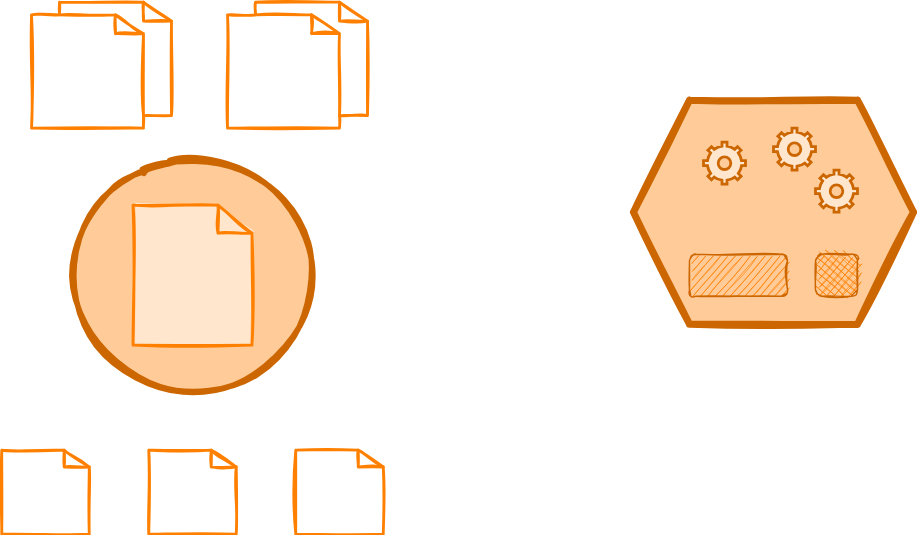
Above: docs/images/odm-platform.svg in opendatamesh-initiative/odm-specification-dpdescriptor (draw.io), before the change. Source tidied: cells renumbered, new cells last; positions are measured from the earlier drawing's top-left corner, leaving out a move shared by most shapes.
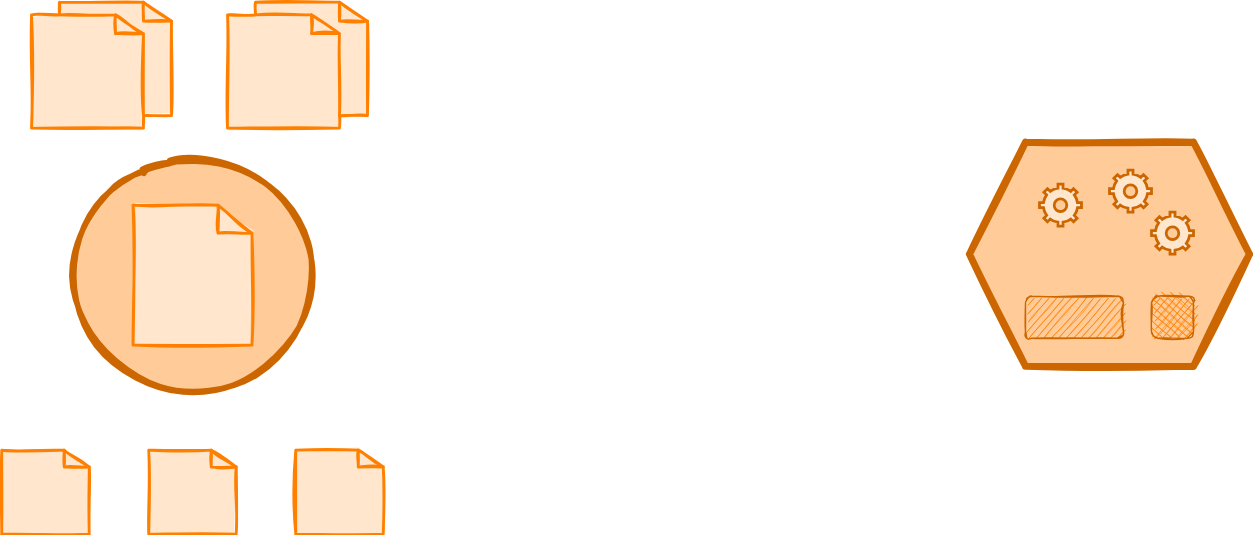
Later version of the same file.

Diff of the diagram source:
```diff
@@ -6,39 +6,39 @@
       <mxGeometry x="51" y="110" width="170" height="170" as="geometry" />
     </mxCell>
     <mxCell id="3" style="shape=hexagon;perimeter=hexagonPerimeter2;whiteSpace=wrap;html=1;fixedSize=1;size=40;strokeColor=#CC6600;strokeWidth=5;fillColor=#FFCC99;sketch=1;fillStyle=solid;" parent="1" vertex="1">
-      <mxGeometry x="451" y="70" width="200" height="160" as="geometry" />
+      <mxGeometry x="691" y="100" width="200" height="160" as="geometry" />
     </mxCell>
     <mxCell id="4" style="html=1;verticalLabelPosition=bottom;align=center;labelBackgroundColor=#ffffff;verticalAlign=top;strokeWidth=2;strokeColor=#CC6600;shadow=0;dashed=0;shape=mxgraph.ios7.icons.settings;sketch=0;fillColor=#ffe6cc;" parent="1" vertex="1">
-      <mxGeometry x="501" y="100" width="30" height="30" as="geometry" />
+      <mxGeometry x="741" y="130" width="30" height="30" as="geometry" />
     </mxCell>
     <mxCell id="5" style="html=1;verticalLabelPosition=bottom;align=center;labelBackgroundColor=#ffffff;verticalAlign=top;strokeWidth=2;strokeColor=#CC6600;shadow=0;dashed=0;shape=mxgraph.ios7.icons.settings;sketch=0;fillColor=#ffe6cc;" parent="1" vertex="1">
-      <mxGeometry x="581" y="120" width="30" height="30" as="geometry" />
+      <mxGeometry x="821" y="150" width="30" height="30" as="geometry" />
     </mxCell>
     <mxCell id="6" style="html=1;verticalLabelPosition=bottom;align=center;labelBackgroundColor=#ffffff;verticalAlign=top;strokeWidth=2;strokeColor=#CC6600;shadow=0;dashed=0;shape=mxgraph.ios7.icons.settings;sketch=0;fillColor=#ffe6cc;" parent="1" vertex="1">
-      <mxGeometry x="551" y="90" width="30" height="30" as="geometry" />
+      <mxGeometry x="791" y="120" width="30" height="30" as="geometry" />
     </mxCell>
     <mxCell id="7" style="rounded=1;whiteSpace=wrap;html=1;sketch=1;strokeColor=#CC6600;fillColor=#FF8000;fillStyle=hachure;" parent="1" vertex="1">
-      <mxGeometry x="491" y="180" width="70" height="30" as="geometry" />
+      <mxGeometry x="731" y="210" width="70" height="30" as="geometry" />
     </mxCell>
     <mxCell id="8" style="rounded=1;whiteSpace=wrap;html=1;sketch=1;strokeColor=#CC6600;fillColor=#FF8000;fillStyle=cross-hatch;" parent="1" vertex="1">
-      <mxGeometry x="581" y="180" width="30" height="30" as="geometry" />
+      <mxGeometry x="821" y="210" width="30" height="30" as="geometry" />
     </mxCell>
-    <mxCell id="9" style="html=1;verticalLabelPosition=bottom;align=center;labelBackgroundColor=#ffffff;verticalAlign=top;strokeWidth=2;strokeColor=#FF8000;shadow=0;dashed=0;shape=mxgraph.ios7.icons.documents;sketch=1;" parent="1" vertex="1">
+    <mxCell id="9" style="html=1;verticalLabelPosition=bottom;align=center;labelBackgroundColor=#ffffff;verticalAlign=top;strokeWidth=2;strokeColor=#FF8000;shadow=0;dashed=0;shape=mxgraph.ios7.icons.documents;sketch=1;fillColor=#ffe6cc;fillStyle=solid;" parent="1" vertex="1">
       <mxGeometry x="21" width="100" height="90" as="geometry" />
     </mxCell>
     <mxCell id="10" style="html=1;verticalLabelPosition=bottom;align=center;labelBackgroundColor=#ffffff;verticalAlign=top;strokeWidth=2;strokeColor=#FF8000;shadow=0;dashed=0;shape=mxgraph.ios7.icons.document;sketch=1;fillStyle=solid;fillColor=#ffe6cc;" parent="1" vertex="1">
       <mxGeometry x="93.5" y="145" width="85" height="100" as="geometry" />
     </mxCell>
-    <mxCell id="11" style="html=1;verticalLabelPosition=bottom;align=center;labelBackgroundColor=#ffffff;verticalAlign=top;strokeWidth=2;strokeColor=#FF8000;shadow=0;dashed=0;shape=mxgraph.ios7.icons.documents;sketch=1;" parent="1" vertex="1">
+    <mxCell id="11" style="html=1;verticalLabelPosition=bottom;align=center;labelBackgroundColor=#ffffff;verticalAlign=top;strokeWidth=2;strokeColor=#FF8000;shadow=0;dashed=0;shape=mxgraph.ios7.icons.documents;sketch=1;fillColor=#ffe6cc;fillStyle=solid;" parent="1" vertex="1">
       <mxGeometry x="161" width="100" height="90" as="geometry" />
     </mxCell>
-    <mxCell id="12" style="html=1;verticalLabelPosition=bottom;align=center;labelBackgroundColor=#ffffff;verticalAlign=top;strokeWidth=2;strokeColor=#FF8000;shadow=0;dashed=0;shape=mxgraph.ios7.icons.document;sketch=1;fillStyle=solid;fillColor=#FFFFFF;" parent="1" vertex="1">
+    <mxCell id="12" style="html=1;verticalLabelPosition=bottom;align=center;labelBackgroundColor=#ffffff;verticalAlign=top;strokeWidth=2;strokeColor=#FF8000;shadow=0;dashed=0;shape=mxgraph.ios7.icons.document;sketch=1;fillStyle=solid;fillColor=#ffe6cc;" parent="1" vertex="1">
       <mxGeometry x="-0.2" y="320" width="62.5" height="60" as="geometry" />
     </mxCell>
-    <mxCell id="13" style="html=1;verticalLabelPosition=bottom;align=center;labelBackgroundColor=#ffffff;verticalAlign=top;strokeWidth=2;strokeColor=#FF8000;shadow=0;dashed=0;shape=mxgraph.ios7.icons.document;sketch=1;fillStyle=solid;fillColor=#FFFFFF;" parent="1" vertex="1">
+    <mxCell id="13" style="html=1;verticalLabelPosition=bottom;align=center;labelBackgroundColor=#ffffff;verticalAlign=top;strokeWidth=2;strokeColor=#FF8000;shadow=0;dashed=0;shape=mxgraph.ios7.icons.document;sketch=1;fillStyle=solid;fillColor=#ffe6cc;" parent="1" vertex="1">
       <mxGeometry x="104.8" y="320" width="62.5" height="60" as="geometry" />
     </mxCell>
-    <mxCell id="14" style="html=1;verticalLabelPosition=bottom;align=center;labelBackgroundColor=#ffffff;verticalAlign=top;strokeWidth=2;strokeColor=#FF8000;shadow=0;dashed=0;shape=mxgraph.ios7.icons.document;sketch=1;fillStyle=solid;fillColor=#FFFFFF;" parent="1" vertex="1">
+    <mxCell id="14" style="html=1;verticalLabelPosition=bottom;align=center;labelBackgroundColor=#ffffff;verticalAlign=top;strokeWidth=2;strokeColor=#FF8000;shadow=0;dashed=0;shape=mxgraph.ios7.icons.document;sketch=1;fillStyle=solid;fillColor=#ffe6cc;" parent="1" vertex="1">
       <mxGeometry x="209.8" y="320" width="62.5" height="60" as="geometry" />
     </mxCell>
   </root>
```
